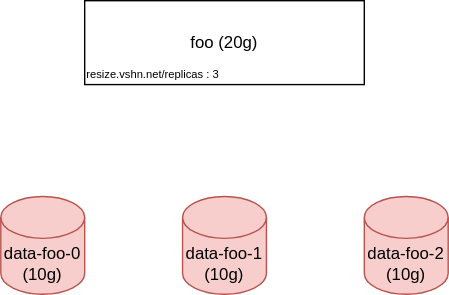
Above: doc/scale-down.drawio.svg in vshn/statefulset-resize-controller (draw.io), before the change. Source tidied: cells renumbered, new cells last; positions are measured from the earlier drawing's top-left corner, leaving out a move shared by most shapes. The source it was exported from:
```xml
<mxGraphModel>
  <root>
    <mxCell id="0" />
    <mxCell id="1" parent="0" />
    <mxCell id="2" value="data-foo-0&lt;br&gt;(10g)" style="shape=cylinder3;whiteSpace=wrap;html=1;boundedLbl=1;backgroundOutline=1;size=15;fillColor=#f8cecc;strokeColor=#b85450;" parent="1" vertex="1">
      <mxGeometry y="140" width="60" height="70" as="geometry" />
    </mxCell>
    <mxCell id="3" value="&lt;font face=&quot;helvetica&quot;&gt;data-foo-1&lt;br&gt;(10g)&lt;br&gt;&lt;/font&gt;" style="shape=cylinder3;whiteSpace=wrap;html=1;boundedLbl=1;backgroundOutline=1;size=15;fillColor=#f8cecc;strokeColor=#b85450;" parent="1" vertex="1">
      <mxGeometry x="130" y="140" width="60" height="70" as="geometry" />
    </mxCell>
    <mxCell id="4" value="&lt;font face=&quot;helvetica&quot;&gt;data-foo-2&lt;br&gt;(10g)&lt;br&gt;&lt;/font&gt;" style="shape=cylinder3;whiteSpace=wrap;html=1;boundedLbl=1;backgroundOutline=1;size=15;fillColor=#f8cecc;strokeColor=#b85450;" parent="1" vertex="1">
      <mxGeometry x="260" y="140" width="60" height="70" as="geometry" />
    </mxCell>
    <mxCell id="5" value="foo (20g)" style="rounded=0;whiteSpace=wrap;html=1;" parent="1" vertex="1">
      <mxGeometry x="60" width="200" height="60" as="geometry" />
    </mxCell>
    <mxCell id="6" value="&lt;span style=&quot;font-size: 8px&quot;&gt;resize.vshn.net/replicas : 3&lt;/span&gt;" style="text;html=1;strokeColor=none;fillColor=none;align=center;verticalAlign=middle;whiteSpace=wrap;rounded=0;" parent="1" vertex="1">
      <mxGeometry x="54" y="42" width="110" height="20" as="geometry" />
    </mxCell>
  </root>
</mxGraphModel>
```
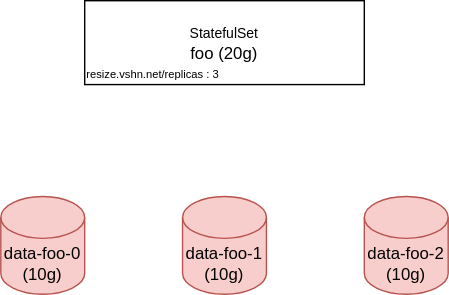
After the change.

Change to the diagram source:
```diff
@@ -11,7 +11,7 @@
     <mxCell id="4" value="&lt;font face=&quot;helvetica&quot;&gt;data-foo-2&lt;br&gt;(10g)&lt;br&gt;&lt;/font&gt;" style="shape=cylinder3;whiteSpace=wrap;html=1;boundedLbl=1;backgroundOutline=1;size=15;fillColor=#f8cecc;strokeColor=#b85450;" parent="1" vertex="1">
       <mxGeometry x="260" y="140" width="60" height="70" as="geometry" />
     </mxCell>
-    <mxCell id="5" value="foo (20g)" style="rounded=0;whiteSpace=wrap;html=1;" parent="1" vertex="1">
+    <mxCell id="5" value="&lt;font style=&quot;font-size: 10px&quot;&gt;StatefulSet&lt;/font&gt;&lt;br&gt;foo (20g)" style="rounded=0;whiteSpace=wrap;html=1;" parent="1" vertex="1">
       <mxGeometry x="60" width="200" height="60" as="geometry" />
     </mxCell>
     <mxCell id="6" value="&lt;span style=&quot;font-size: 8px&quot;&gt;resize.vshn.net/replicas : 3&lt;/span&gt;" style="text;html=1;strokeColor=none;fillColor=none;align=center;verticalAlign=middle;whiteSpace=wrap;rounded=0;" parent="1" vertex="1">
```
